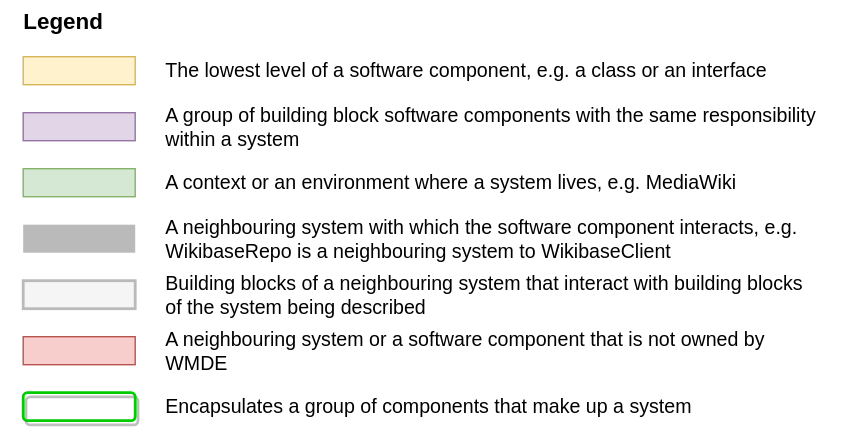
Above: diagrams/legend.drawio.svg in wmde/wikidata-wikibase-architecture (draw.io), before the change. Source tidied: cells renumbered, new cells last; positions are measured from the earlier drawing's top-left corner, leaving out a move shared by most shapes. Its diagram source:
```xml
<mxGraphModel>
  <root>
    <mxCell id="0" />
    <mxCell id="1" parent="0" />
    <mxCell id="2" value="Legend" style="text;html=1;strokeColor=none;fillColor=none;align=center;verticalAlign=middle;whiteSpace=wrap;rounded=0;fontSize=16;fontStyle=1;" parent="1" vertex="1">
      <mxGeometry width="90" height="30" as="geometry" />
    </mxCell>
    <mxCell id="3" style="rounded=0;whiteSpace=wrap;html=1;fontSize=16;fillColor=#fff2cc;strokeColor=#d6b656;" parent="1" vertex="1">
      <mxGeometry x="16" y="40" width="80" height="20" as="geometry" />
    </mxCell>
    <mxCell id="4" style="rounded=0;whiteSpace=wrap;html=1;fontSize=16;fillColor=#e1d5e7;strokeColor=#9673a6;" parent="1" vertex="1">
      <mxGeometry x="16" y="80" width="80" height="20" as="geometry" />
    </mxCell>
    <mxCell id="5" style="rounded=0;whiteSpace=wrap;html=1;fontSize=16;fillColor=#d5e8d4;strokeColor=#82b366;" parent="1" vertex="1">
      <mxGeometry x="16" y="120" width="80" height="20" as="geometry" />
    </mxCell>
    <mxCell id="6" style="rounded=0;whiteSpace=wrap;html=1;fontSize=16;fillColor=#BABABA;strokeColor=none;" parent="1" vertex="1">
      <mxGeometry x="16" y="160" width="80" height="20" as="geometry" />
    </mxCell>
    <mxCell id="7" style="rounded=0;whiteSpace=wrap;html=1;fontSize=16;fillColor=#f5f5f5;fontColor=#333333;strokeColor=#BABABA;strokeWidth=2;" parent="1" vertex="1">
      <mxGeometry x="16" y="200" width="80" height="20" as="geometry" />
    </mxCell>
    <mxCell id="8" style="rounded=1;shadow=1;fontSize=15;fillColor=none;strokeColor=#00CC00;strokeWidth=2;fontColor=#00CC00;fontStyle=1;labelBorderColor=none;labelBackgroundColor=none;horizontal=1;verticalAlign=top;spacingRight=0;spacingLeft=35;align=left;" parent="1" vertex="1">
      <mxGeometry x="16" y="280" width="80" height="20" as="geometry" />
    </mxCell>
    <mxCell id="9" value="The lowest level of a software component, e.g. a class or an interface" style="text;html=1;strokeColor=none;fillColor=none;align=left;verticalAlign=middle;whiteSpace=wrap;rounded=0;fontSize=14;" parent="1" vertex="1">
      <mxGeometry x="116" y="40" width="460" height="20" as="geometry" />
    </mxCell>
    <mxCell id="10" value="A group of building block software components with the same responsibility within a system" style="text;html=1;strokeColor=none;fillColor=none;align=left;verticalAlign=middle;whiteSpace=wrap;rounded=0;fontSize=14;" parent="1" vertex="1">
      <mxGeometry x="116" y="80" width="500" height="20" as="geometry" />
    </mxCell>
    <mxCell id="11" value="A context or an environment where a system lives, e.g. MediaWiki" style="text;html=1;strokeColor=none;fillColor=none;align=left;verticalAlign=middle;whiteSpace=wrap;rounded=0;fontSize=14;" parent="1" vertex="1">
      <mxGeometry x="116" y="120" width="500" height="20" as="geometry" />
    </mxCell>
    <mxCell id="12" value="A neighbouring system with which the software component interacts, e.g. WikibaseRepo is a neighbouring system to WikibaseClient" style="text;html=1;strokeColor=none;fillColor=none;align=left;verticalAlign=middle;whiteSpace=wrap;rounded=0;fontSize=14;" parent="1" vertex="1">
      <mxGeometry x="116" y="160" width="500" height="20" as="geometry" />
    </mxCell>
    <mxCell id="13" value="Encapsulates a group of components that make up a system" style="text;html=1;strokeColor=none;fillColor=none;align=left;verticalAlign=middle;whiteSpace=wrap;rounded=0;fontSize=14;" parent="1" vertex="1">
      <mxGeometry x="116" y="280" width="460" height="20" as="geometry" />
    </mxCell>
    <mxCell id="14" value="Building blocks of a neighbouring system that interact with building blocks of the system being described" style="text;html=1;strokeColor=none;fillColor=none;align=left;verticalAlign=middle;whiteSpace=wrap;rounded=0;fontSize=14;" parent="1" vertex="1">
      <mxGeometry x="116" y="200" width="460" height="20" as="geometry" />
    </mxCell>
    <mxCell id="15" style="rounded=0;whiteSpace=wrap;html=1;fontSize=16;fillColor=#f8cecc;strokeColor=#b85450;" parent="1" vertex="1">
      <mxGeometry x="16" y="240" width="80" height="20" as="geometry" />
    </mxCell>
    <mxCell id="16" value="A neighbouring system or a software component that is not owned by WMDE" style="text;html=1;strokeColor=none;fillColor=none;align=left;verticalAlign=middle;whiteSpace=wrap;rounded=0;fontSize=14;" parent="1" vertex="1">
      <mxGeometry x="116" y="240" width="460" height="20" as="geometry" />
    </mxCell>
  </root>
</mxGraphModel>
```
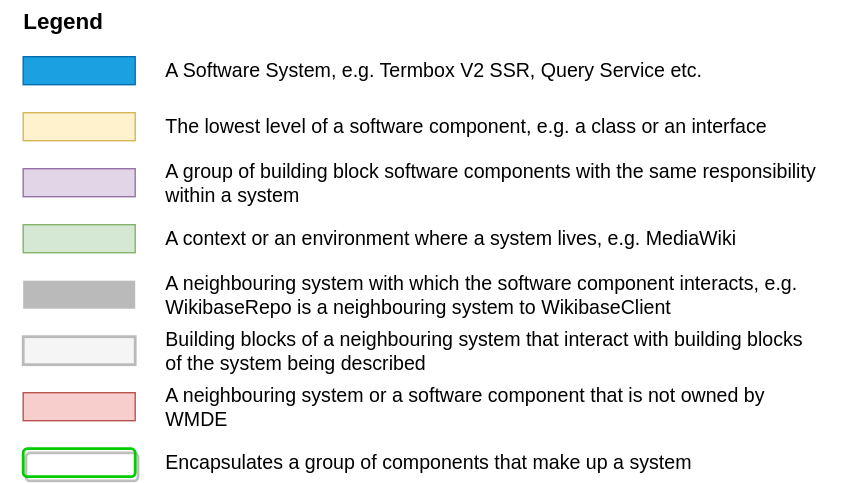
Above is the later version.

Commit message:
Introduce a new legend color for a software system

Change the color of systems in the Overall System diagram of
section Overview

What changed in the source:
```diff
@@ -3,7 +3,7 @@
     <mxCell id="0" />
     <mxCell id="1" parent="0" />
     <mxCell id="2" value="Legend" style="text;html=1;strokeColor=none;fillColor=none;align=center;verticalAlign=middle;whiteSpace=wrap;rounded=0;fontSize=16;fontStyle=1;" parent="1" vertex="1">
-      <mxGeometry width="90" height="30" as="geometry" />
+      <mxGeometry y="-40" width="90" height="30" as="geometry" />
     </mxCell>
     <mxCell id="3" style="rounded=0;whiteSpace=wrap;html=1;fontSize=16;fillColor=#fff2cc;strokeColor=#d6b656;" parent="1" vertex="1">
       <mxGeometry x="16" y="40" width="80" height="20" as="geometry" />
@@ -47,5 +47,11 @@
     <mxCell id="16" value="A neighbouring system or a software component that is not owned by WMDE" style="text;html=1;strokeColor=none;fillColor=none;align=left;verticalAlign=middle;whiteSpace=wrap;rounded=0;fontSize=14;" parent="1" vertex="1">
       <mxGeometry x="116" y="240" width="460" height="20" as="geometry" />
     </mxCell>
+    <mxCell id="17" style="rounded=0;whiteSpace=wrap;html=1;fontSize=16;fillColor=#1ba1e2;strokeColor=#006EAF;fontColor=#ffffff;" parent="1" vertex="1">
+      <mxGeometry x="16" width="80" height="20" as="geometry" />
+    </mxCell>
+    <mxCell id="18" value="A Software System, e.g. Termbox V2 SSR, Query Service etc." style="text;html=1;strokeColor=none;fillColor=none;align=left;verticalAlign=middle;whiteSpace=wrap;rounded=0;fontSize=14;" parent="1" vertex="1">
+      <mxGeometry x="116" width="460" height="20" as="geometry" />
+    </mxCell>
   </root>
 </mxGraphModel>
```
